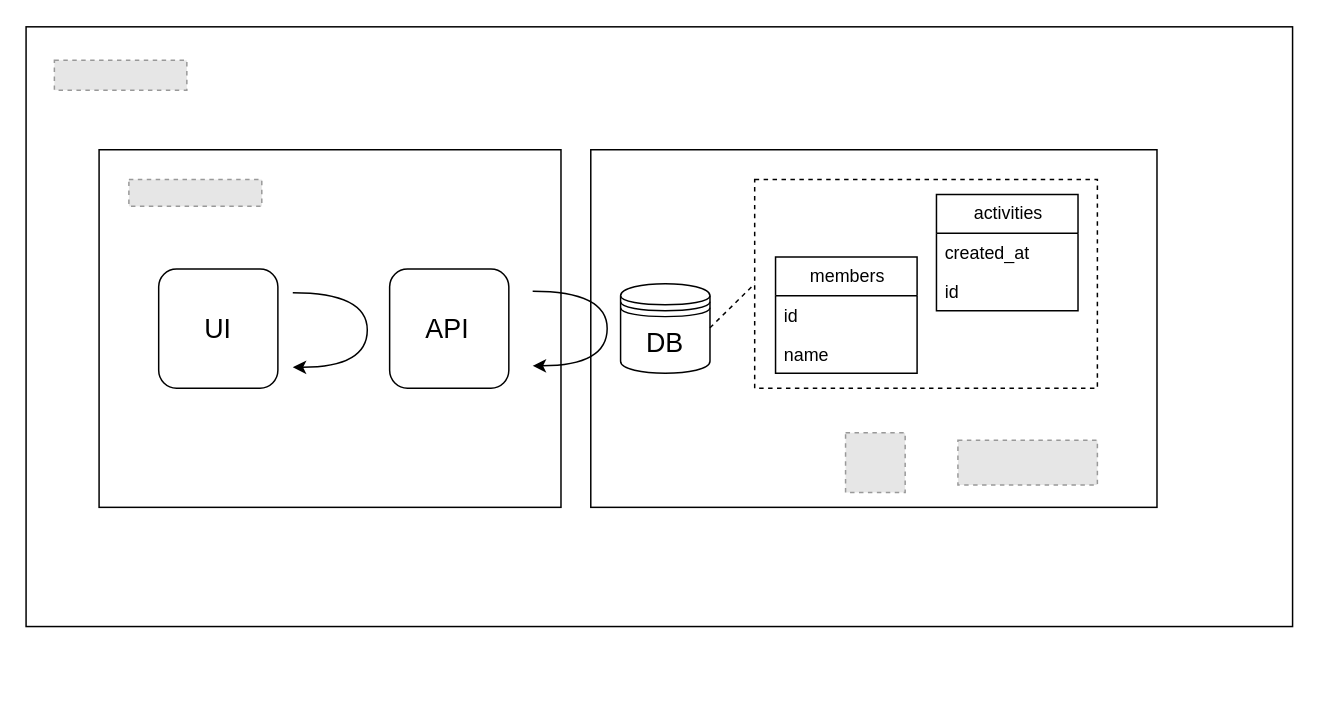
The draw.io diagram docs/architecture_diagram.drawio in yuki-yamamura/bubble-pairs, before the edit. Source tidied: cells renumbered, new cells numbered last; positions are measured from the earlier drawing's top-left corner, leaving out a move shared by most shapes. Both pictures are drawn from the tidied source at 149%, with x=0, y=0 at pixel (25, 27). Pictures stored in the file or linked from it are replaced by grey dashed boxes.
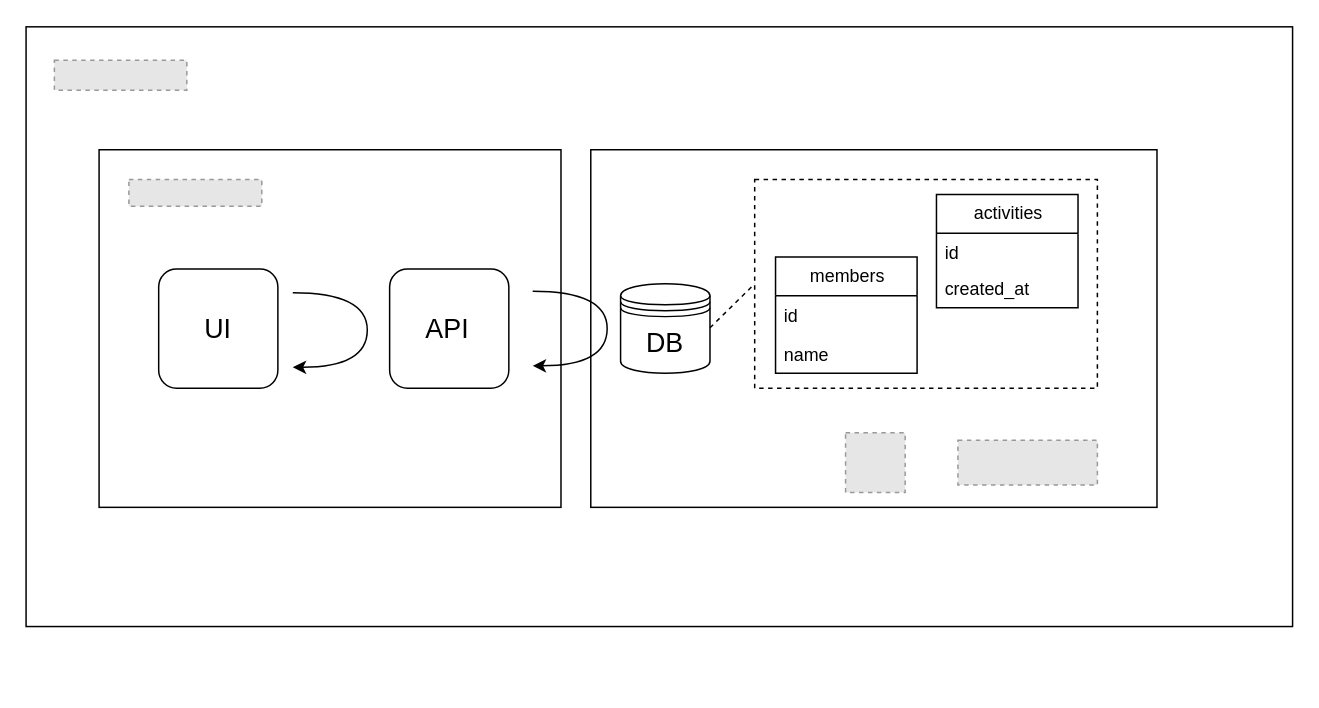
After the change.

Diff of the diagram source:
```diff
@@
     <mxCell id="19" value="activities" style="swimlane;fontStyle=0;horizontal=1;startSize=26;html=1;" parent="1" vertex="1">
-      <mxGeometry x="611" y="112" width="95" height="78" as="geometry" />
+      <mxGeometry x="611" y="112" width="95" height="76" as="geometry" />
     </mxCell>
-    <mxCell id="20" value="created_at" style="text;strokeColor=none;fillColor=none;align=left;verticalAlign=top;spacingLeft=4;spacingRight=4;overflow=hidden;whiteSpace=wrap;html=1;" parent="19" vertex="1">
-      <mxGeometry y="26" width="95" height="26" as="geometry" />
+    <mxCell id="20" value="id" style="text;strokeColor=none;fillColor=none;align=left;verticalAlign=top;spacingLeft=4;spacingRight=4;overflow=hidden;whiteSpace=wrap;html=1;" parent="19" vertex="1">
+      <mxGeometry y="26" width="95" height="24" as="geometry" />
     </mxCell>
-    <mxCell id="21" value="id" style="text;strokeColor=none;fillColor=none;align=left;verticalAlign=top;spacingLeft=4;spacingRight=4;overflow=hidden;whiteSpace=wrap;html=1;" parent="19" vertex="1">
-      <mxGeometry y="52" width="95" height="26" as="geometry" />
+    <mxCell id="21" value="created_at" style="text;strokeColor=none;fillColor=none;align=left;verticalAlign=top;spacingLeft=4;spacingRight=4;overflow=hidden;whiteSpace=wrap;html=1;" parent="19" vertex="1">
+      <mxGeometry y="50" width="95" height="26" as="geometry" />
     </mxCell>
```
